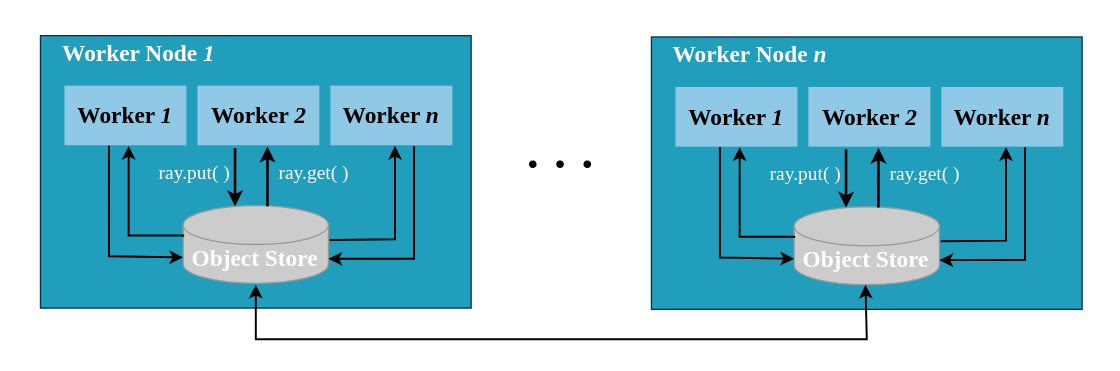
Earlier version of the draw.io export img/ch-ray-core/put-get-object-store.svg (godaai/scale-py-zh). Source tidied: cells renumbered, new cells last; positions are measured from the earlier drawing's top-left corner, leaving out a move shared by most shapes.
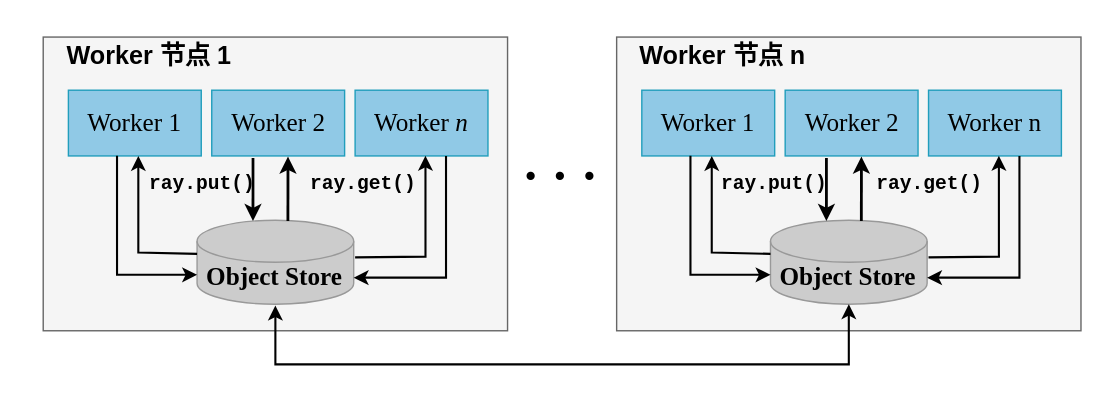
Above is the later version.

Change to the diagram source:
```diff
@@ -3,27 +3,27 @@
     <mxCell id="0" />
     <mxCell id="1" parent="0" />
     <mxCell id="2" style="rounded=0;whiteSpace=wrap;html=1;strokeColor=none;fillColor=none;" parent="1" vertex="1">
-      <mxGeometry width="862" height="286" as="geometry" />
+      <mxGeometry y="1" width="800" height="286" as="geometry" />
     </mxCell>
-    <mxCell id="3" style="rounded=0;whiteSpace=wrap;html=1;strokeColor=#023047;fillColor=#219EBC;" parent="1" vertex="1">
+    <mxCell id="3" style="rounded=0;whiteSpace=wrap;html=1;strokeColor=#666666;fillColor=#f5f5f5;fontColor=#333333;" parent="1" vertex="1">
       <mxGeometry x="30" y="27" width="332" height="210" as="geometry" />
     </mxCell>
-    <mxCell id="4" value="&lt;font style=&quot;font-size: 18px;&quot; face=&quot;Times New Roman&quot;&gt;&lt;b&gt;Worker &lt;i&gt;1&lt;/i&gt;&lt;/b&gt;&lt;/font&gt;" style="rounded=0;whiteSpace=wrap;html=1;fillColor=#90C9E6;strokeColor=#219EBC;" parent="1" vertex="1">
+    <mxCell id="4" value="&lt;font style=&quot;font-size: 18px;&quot; face=&quot;Times New Roman&quot;&gt;Worker 1&lt;/font&gt;" style="rounded=0;whiteSpace=wrap;html=1;fillColor=#90C9E6;strokeColor=#219EBC;" parent="1" vertex="1">
       <mxGeometry x="48" y="65" width="95" height="47" as="geometry" />
     </mxCell>
-    <mxCell id="5" value="&lt;b style=&quot;border-color: var(--border-color); font-family: &amp;quot;Times New Roman&amp;quot;; font-size: 18px;&quot;&gt;Worker &lt;i&gt;2&lt;/i&gt;&lt;/b&gt;" style="rounded=0;whiteSpace=wrap;html=1;fillColor=#90C9E6;strokeColor=#219EBC;" parent="1" vertex="1">
+    <mxCell id="5" value="&lt;span style=&quot;border-color: var(--border-color); font-family: &amp;quot;Times New Roman&amp;quot;; font-size: 18px;&quot;&gt;Worker 2&lt;/span&gt;" style="rounded=0;whiteSpace=wrap;html=1;fillColor=#90C9E6;strokeColor=#219EBC;" parent="1" vertex="1">
       <mxGeometry x="150.5" y="65" width="95" height="47" as="geometry" />
     </mxCell>
-    <mxCell id="6" value="&lt;b style=&quot;border-color: var(--border-color); font-family: &amp;quot;Times New Roman&amp;quot;; font-size: 18px;&quot;&gt;Worker &lt;i&gt;n&lt;/i&gt;&lt;/b&gt;" style="rounded=0;whiteSpace=wrap;html=1;fillColor=#90C9E6;strokeColor=#219EBC;" parent="1" vertex="1">
+    <mxCell id="6" value="&lt;span style=&quot;border-color: var(--border-color); font-family: &amp;quot;Times New Roman&amp;quot;; font-size: 18px;&quot;&gt;Worker &lt;i style=&quot;&quot;&gt;n&lt;/i&gt;&lt;/span&gt;" style="rounded=0;whiteSpace=wrap;html=1;fillColor=#90C9E6;strokeColor=#219EBC;" parent="1" vertex="1">
       <mxGeometry x="253" y="65" width="95" height="47" as="geometry" />
     </mxCell>
-    <mxCell id="7" value="&lt;font color=&quot;#ffffff&quot; style=&quot;font-size: 18px;&quot; face=&quot;Times New Roman&quot;&gt;&lt;b&gt;Worker Node &lt;i&gt;1&lt;/i&gt;&lt;/b&gt;&lt;/font&gt;" style="text;html=1;strokeColor=none;fillColor=none;align=center;verticalAlign=middle;whiteSpace=wrap;rounded=0;" parent="1" vertex="1">
+    <mxCell id="7" value="&lt;font face=&quot;Helvetica&quot; style=&quot;font-size: 18px;&quot;&gt;&lt;b style=&quot;&quot;&gt;Worker 节点 1&lt;/b&gt;&lt;/font&gt;" style="text;html=1;strokeColor=none;fillColor=none;align=center;verticalAlign=middle;whiteSpace=wrap;rounded=0;fontColor=#000000;" parent="1" vertex="1">
       <mxGeometry x="16" y="26" width="180" height="30" as="geometry" />
     </mxCell>
     <mxCell id="8" style="shape=cylinder3;whiteSpace=wrap;html=1;boundedLbl=1;backgroundOutline=1;size=15;fillColor=#CCCCCC;strokeColor=#999999;" parent="1" vertex="1">
       <mxGeometry x="140" y="158" width="112" height="60" as="geometry" />
     </mxCell>
-    <mxCell id="9" value="&lt;font color=&quot;#ffffff&quot; style=&quot;font-size: 18px;&quot; face=&quot;Times New Roman&quot;&gt;&lt;b&gt;Object Store&lt;/b&gt;&lt;/font&gt;" style="text;html=1;strokeColor=none;fillColor=none;align=center;verticalAlign=middle;whiteSpace=wrap;rounded=0;" parent="1" vertex="1">
+    <mxCell id="9" value="&lt;font style=&quot;font-size: 18px;&quot; face=&quot;Times New Roman&quot;&gt;&lt;b&gt;Object Store&lt;/b&gt;&lt;/font&gt;" style="text;html=1;strokeColor=none;fillColor=none;align=center;verticalAlign=middle;whiteSpace=wrap;rounded=0;fontColor=#000000;" parent="1" vertex="1">
       <mxGeometry x="140" y="184" width="111" height="30" as="geometry" />
     </mxCell>
     <mxCell id="10" style="endArrow=classic;html=1;rounded=0;entryX=0.357;entryY=0.025;entryDx=0;entryDy=0;entryPerimeter=0;strokeWidth=2;" parent="1" edge="1">
@@ -38,11 +38,11 @@
         <mxPoint x="205" y="112.5" as="targetPoint" />
       </mxGeometry>
     </mxCell>
-    <mxCell id="12" value="&lt;font color=&quot;#ffffff&quot; style=&quot;font-size: 15px;&quot; face=&quot;Times New Roman&quot;&gt;ray.put( )&lt;/font&gt;" style="text;html=1;strokeColor=none;fillColor=none;align=center;verticalAlign=middle;whiteSpace=wrap;rounded=0;" parent="1" vertex="1">
-      <mxGeometry x="119" y="114" width="60" height="36" as="geometry" />
+    <mxCell id="12" value="&lt;font style=&quot;font-size: 14px;&quot;&gt;ray.put()&lt;/font&gt;" style="text;html=1;strokeColor=none;fillColor=none;align=center;verticalAlign=middle;whiteSpace=wrap;rounded=0;fontColor=#000000;fontFamily=Courier New;fontSize=14;fontStyle=1;" parent="1" vertex="1">
+      <mxGeometry x="94" y="114" width="100" height="36" as="geometry" />
     </mxCell>
-    <mxCell id="13" value="&lt;font color=&quot;#ffffff&quot; style=&quot;font-size: 15px;&quot; face=&quot;Times New Roman&quot;&gt;ray.get( )&lt;/font&gt;" style="text;html=1;strokeColor=none;fillColor=none;align=center;verticalAlign=middle;whiteSpace=wrap;rounded=0;" parent="1" vertex="1">
-      <mxGeometry x="211" y="114" width="60" height="36" as="geometry" />
+    <mxCell id="13" value="&lt;font style=&quot;font-size: 14px;&quot;&gt;ray.get()&lt;/font&gt;" style="text;html=1;strokeColor=none;fillColor=none;align=center;verticalAlign=middle;whiteSpace=wrap;rounded=0;fontColor=#000000;fontFamily=Courier New;fontSize=14;fontStyle=1;" parent="1" vertex="1">
+      <mxGeometry x="209" y="114" width="100" height="36" as="geometry" />
     </mxCell>
     <mxCell id="14" style="endArrow=classic;html=1;rounded=0;edgeStyle=orthogonalEdgeStyle;entryX=0.519;entryY=0.977;entryDx=0;entryDy=0;entryPerimeter=0;strokeWidth=1.5;" parent="1" edge="1">
       <mxGeometry relative="1" as="geometry">
@@ -83,93 +83,91 @@
       </mxGeometry>
     </mxCell>
     <mxCell id="18" value="&lt;font style=&quot;font-size: 36px;&quot; face=&quot;Times New Roman&quot;&gt;&lt;b style=&quot;&quot;&gt;· · ·&lt;/b&gt;&lt;/font&gt;" style="text;html=1;strokeColor=none;fillColor=none;align=center;verticalAlign=middle;whiteSpace=wrap;rounded=0;" parent="1" vertex="1">
-      <mxGeometry x="401" y="112" width="60" height="30" as="geometry" />
+      <mxGeometry x="370" y="112" width="60" height="30" as="geometry" />
     </mxCell>
-    <mxCell id="19" style="rounded=0;whiteSpace=wrap;html=1;strokeColor=#023047;fillColor=#219EBC;" parent="1" vertex="1">
-      <mxGeometry x="501" y="28" width="332" height="210" as="geometry" />
+    <mxCell id="19" style="rounded=0;whiteSpace=wrap;html=1;strokeColor=#666666;fillColor=#f5f5f5;fontColor=#333333;" parent="1" vertex="1">
+      <mxGeometry x="440" y="27" width="332" height="210" as="geometry" />
     </mxCell>
-    <mxCell id="20" value="&lt;font style=&quot;font-size: 18px;&quot; face=&quot;Times New Roman&quot;&gt;&lt;b&gt;Worker &lt;i&gt;1&lt;/i&gt;&lt;/b&gt;&lt;/font&gt;" style="rounded=0;whiteSpace=wrap;html=1;fillColor=#90C9E6;strokeColor=#219EBC;" parent="1" vertex="1">
-      <mxGeometry x="519" y="66" width="95" height="47" as="geometry" />
+    <mxCell id="20" value="&lt;font style=&quot;font-size: 18px;&quot; face=&quot;Times New Roman&quot;&gt;&lt;span&gt;Worker &lt;span&gt;1&lt;/span&gt;&lt;/span&gt;&lt;/font&gt;" style="rounded=0;whiteSpace=wrap;html=1;fillColor=#90C9E6;strokeColor=#219EBC;fontStyle=0;" parent="1" vertex="1">
+      <mxGeometry x="458" y="65" width="95" height="47" as="geometry" />
     </mxCell>
-    <mxCell id="21" value="&lt;b style=&quot;border-color: var(--border-color); font-family: &amp;quot;Times New Roman&amp;quot;; font-size: 18px;&quot;&gt;Worker &lt;i&gt;2&lt;/i&gt;&lt;/b&gt;" style="rounded=0;whiteSpace=wrap;html=1;fillColor=#90C9E6;strokeColor=#219EBC;" parent="1" vertex="1">
-      <mxGeometry x="621.5" y="66" width="95" height="47" as="geometry" />
+    <mxCell id="21" value="&lt;span style=&quot;border-color: var(--border-color); font-family: &amp;quot;Times New Roman&amp;quot;; font-size: 18px;&quot;&gt;Worker &lt;span&gt;2&lt;/span&gt;&lt;/span&gt;" style="rounded=0;whiteSpace=wrap;html=1;fillColor=#90C9E6;strokeColor=#219EBC;fontStyle=0;" parent="1" vertex="1">
+      <mxGeometry x="560.5" y="65" width="95" height="47" as="geometry" />
     </mxCell>
-    <mxCell id="22" value="&lt;b style=&quot;border-color: var(--border-color); font-family: &amp;quot;Times New Roman&amp;quot;; font-size: 18px;&quot;&gt;Worker &lt;i&gt;n&lt;/i&gt;&lt;/b&gt;" style="rounded=0;whiteSpace=wrap;html=1;fillColor=#90C9E6;strokeColor=#219EBC;" parent="1" vertex="1">
-      <mxGeometry x="724" y="66" width="95" height="47" as="geometry" />
+    <mxCell id="22" value="&lt;span style=&quot;border-color: var(--border-color); font-family: &amp;quot;Times New Roman&amp;quot;; font-size: 18px;&quot;&gt;Worker &lt;span&gt;n&lt;/span&gt;&lt;/span&gt;" style="rounded=0;whiteSpace=wrap;html=1;fillColor=#90C9E6;strokeColor=#219EBC;fontStyle=0;" parent="1" vertex="1">
+      <mxGeometry x="663" y="65" width="95" height="47" as="geometry" />
     </mxCell>
-    <mxCell id="23" value="&lt;font color=&quot;#ffffff&quot; style=&quot;font-size: 18px;&quot; face=&quot;Times New Roman&quot;&gt;&lt;b&gt;Worker Node &lt;i&gt;n&lt;/i&gt;&lt;/b&gt;&lt;/font&gt;" style="text;html=1;strokeColor=none;fillColor=none;align=center;verticalAlign=middle;whiteSpace=wrap;rounded=0;" parent="1" vertex="1">
-      <mxGeometry x="487" y="27" width="180" height="30" as="geometry" />
+    <mxCell id="23" value="&lt;font style=&quot;font-size: 18px;&quot;&gt;&lt;b style=&quot;&quot;&gt;Worker 节点 n&lt;/b&gt;&lt;/font&gt;" style="text;html=1;strokeColor=none;fillColor=none;align=center;verticalAlign=middle;whiteSpace=wrap;rounded=0;fontColor=#000000;" parent="1" vertex="1">
+      <mxGeometry x="426" y="26" width="180" height="30" as="geometry" />
     </mxCell>
     <mxCell id="24" style="shape=cylinder3;whiteSpace=wrap;html=1;boundedLbl=1;backgroundOutline=1;size=15;fillColor=#CCCCCC;strokeColor=#999999;" parent="1" vertex="1">
-      <mxGeometry x="611" y="159" width="112" height="60" as="geometry" />
+      <mxGeometry x="550" y="158" width="112" height="60" as="geometry" />
     </mxCell>
-    <mxCell id="25" value="&lt;font color=&quot;#ffffff&quot; style=&quot;font-size: 18px;&quot; face=&quot;Times New Roman&quot;&gt;&lt;b&gt;Object Store&lt;/b&gt;&lt;/font&gt;" style="text;html=1;strokeColor=none;fillColor=none;align=center;verticalAlign=middle;whiteSpace=wrap;rounded=0;" parent="1" vertex="1">
-      <mxGeometry x="611" y="185" width="111" height="30" as="geometry" />
+    <mxCell id="25" value="&lt;font style=&quot;font-size: 18px;&quot; face=&quot;Times New Roman&quot;&gt;&lt;b&gt;Object Store&lt;/b&gt;&lt;/font&gt;" style="text;html=1;strokeColor=none;fillColor=none;align=center;verticalAlign=middle;whiteSpace=wrap;rounded=0;fontColor=#000000;" parent="1" vertex="1">
+      <mxGeometry x="550" y="184" width="111" height="30" as="geometry" />
     </mxCell>
     <mxCell id="26" style="endArrow=classic;html=1;rounded=0;entryX=0.357;entryY=0.025;entryDx=0;entryDy=0;entryPerimeter=0;strokeWidth=2;" parent="1" edge="1">
       <mxGeometry relative="1" as="geometry">
-        <mxPoint x="651" y="114.5" as="sourcePoint" />
-        <mxPoint x="651" y="159.5" as="targetPoint" />
+        <mxPoint x="590" y="113.5" as="sourcePoint" />
+        <mxPoint x="590" y="158.5" as="targetPoint" />
       </mxGeometry>
     </mxCell>
     <mxCell id="27" style="endArrow=classic;html=1;rounded=0;strokeWidth=2;entryX=0.574;entryY=0.989;entryDx=0;entryDy=0;entryPerimeter=0;exitX=0.58;exitY=-0.008;exitDx=0;exitDy=0;exitPerimeter=0;" parent="1" edge="1">
       <mxGeometry relative="1" as="geometry">
-        <mxPoint x="676" y="159.5" as="sourcePoint" />
-        <mxPoint x="676" y="113.5" as="targetPoint" />
+        <mxPoint x="615" y="158.5" as="sourcePoint" />
+        <mxPoint x="615" y="112.5" as="targetPoint" />
       </mxGeometry>
     </mxCell>
-    <mxCell id="28" value="&lt;font color=&quot;#ffffff&quot; style=&quot;font-size: 15px;&quot; face=&quot;Times New Roman&quot;&gt;ray.put( )&lt;/font&gt;" style="text;html=1;strokeColor=none;fillColor=none;align=center;verticalAlign=middle;whiteSpace=wrap;rounded=0;" parent="1" vertex="1">
-      <mxGeometry x="590" y="115" width="60" height="36" as="geometry" />
+    <mxCell id="28" value="&lt;font style=&quot;font-size: 14px;&quot;&gt;ray.put()&lt;/font&gt;" style="text;html=1;strokeColor=none;fillColor=none;align=center;verticalAlign=middle;whiteSpace=wrap;rounded=0;fontColor=#000000;fontFamily=Courier New;fontSize=14;fontStyle=1;" parent="1" vertex="1">
+      <mxGeometry x="503" y="114" width="100" height="36" as="geometry" />
     </mxCell>
-    <mxCell id="29" value="&lt;font color=&quot;#ffffff&quot; style=&quot;font-size: 15px;&quot; face=&quot;Times New Roman&quot;&gt;ray.get( )&lt;/font&gt;" style="text;html=1;strokeColor=none;fillColor=none;align=center;verticalAlign=middle;whiteSpace=wrap;rounded=0;" parent="1" vertex="1">
-      <mxGeometry x="682" y="115" width="60" height="36" as="geometry" />
+    <mxCell id="29" value="&lt;font style=&quot;font-size: 14px;&quot;&gt;ray.get()&lt;/font&gt;" style="text;html=1;strokeColor=none;fillColor=none;align=center;verticalAlign=middle;whiteSpace=wrap;rounded=0;fontColor=#000000;fontFamily=Courier New;fontSize=14;fontStyle=1;" parent="1" vertex="1">
+      <mxGeometry x="614" y="114" width="100" height="36" as="geometry" />
     </mxCell>
     <mxCell id="30" style="endArrow=classic;html=1;rounded=0;edgeStyle=orthogonalEdgeStyle;entryX=0.519;entryY=0.977;entryDx=0;entryDy=0;entryPerimeter=0;strokeWidth=1.5;" parent="1" edge="1">
       <mxGeometry relative="1" as="geometry">
-        <mxPoint x="724" y="185.5" as="sourcePoint" />
-        <mxPoint x="774.3" y="112.9" as="targetPoint" />
+        <mxPoint x="663" y="184.5" as="sourcePoint" />
+        <mxPoint x="713.3" y="111.9" as="targetPoint" />
         <Array as="points">
-          <mxPoint x="725" y="186" />
-          <mxPoint x="774" y="185" />
+          <mxPoint x="664" y="185" />
+          <mxPoint x="713" y="184" />
         </Array>
       </mxGeometry>
     </mxCell>
     <mxCell id="31" style="endArrow=classic;html=1;rounded=0;edgeStyle=orthogonalEdgeStyle;strokeWidth=1.5;" parent="1" edge="1">
       <mxGeometry relative="1" as="geometry">
-        <mxPoint x="789" y="113" as="sourcePoint" />
-        <mxPoint x="723" y="200" as="targetPoint" />
+        <mxPoint x="728" y="112" as="sourcePoint" />
+        <mxPoint x="662" y="199" as="targetPoint" />
         <Array as="points">
-          <mxPoint x="789" y="113" />
-          <mxPoint x="789" y="200" />
+          <mxPoint x="728" y="112" />
+          <mxPoint x="728" y="199" />
         </Array>
       </mxGeometry>
     </mxCell>
     <mxCell id="32" style="endArrow=classic;html=1;rounded=0;edgeStyle=orthogonalEdgeStyle;exitX=0;exitY=0;exitDx=0;exitDy=0;strokeWidth=1.5;" parent="1" edge="1">
       <mxGeometry relative="1" as="geometry">
-        <mxPoint x="611" y="183" as="sourcePoint" />
-        <mxPoint x="569" y="113" as="targetPoint" />
+        <mxPoint x="550" y="182" as="sourcePoint" />
+        <mxPoint x="508" y="112" as="targetPoint" />
         <Array as="points">
-          <mxPoint x="569" y="182" />
+          <mxPoint x="508" y="181" />
         </Array>
       </mxGeometry>
     </mxCell>
     <mxCell id="33" style="endArrow=classic;html=1;rounded=0;edgeStyle=orthogonalEdgeStyle;exitX=0.366;exitY=0.997;exitDx=0;exitDy=0;exitPerimeter=0;strokeWidth=1.5;" parent="1" edge="1" source="20">
       <mxGeometry relative="1" as="geometry">
-        <mxPoint x="611" y="199" as="targetPoint" />
+        <mxPoint x="550" y="198" as="targetPoint" />
         <Array as="points">
-          <mxPoint x="554" y="198" />
-          <mxPoint x="611" y="198" />
+          <mxPoint x="493" y="197" />
+          <mxPoint x="550" y="197" />
         </Array>
       </mxGeometry>
     </mxCell>
-    <mxCell id="34" style="endArrow=classic;startArrow=classic;html=1;rounded=0;edgeStyle=orthogonalEdgeStyle;strokeWidth=1.5;" parent="1" edge="1">
+    <mxCell id="34" style="endArrow=classic;startArrow=classic;html=1;rounded=0;edgeStyle=orthogonalEdgeStyle;strokeWidth=1.5;entryX=0.5;entryY=1;entryDx=0;entryDy=0;entryPerimeter=0;" parent="1" edge="1" target="24">
       <mxGeometry relative="1" as="geometry">
         <mxPoint x="196" y="219" as="sourcePoint" />
-        <mxPoint x="666" y="219" as="targetPoint" />
         <Array as="points">
           <mxPoint x="196" y="261" />
-          <mxPoint x="667" y="261" />
-          <mxPoint x="667" y="219" />
+          <mxPoint x="606" y="261" />
         </Array>
       </mxGeometry>
     </mxCell>
```
